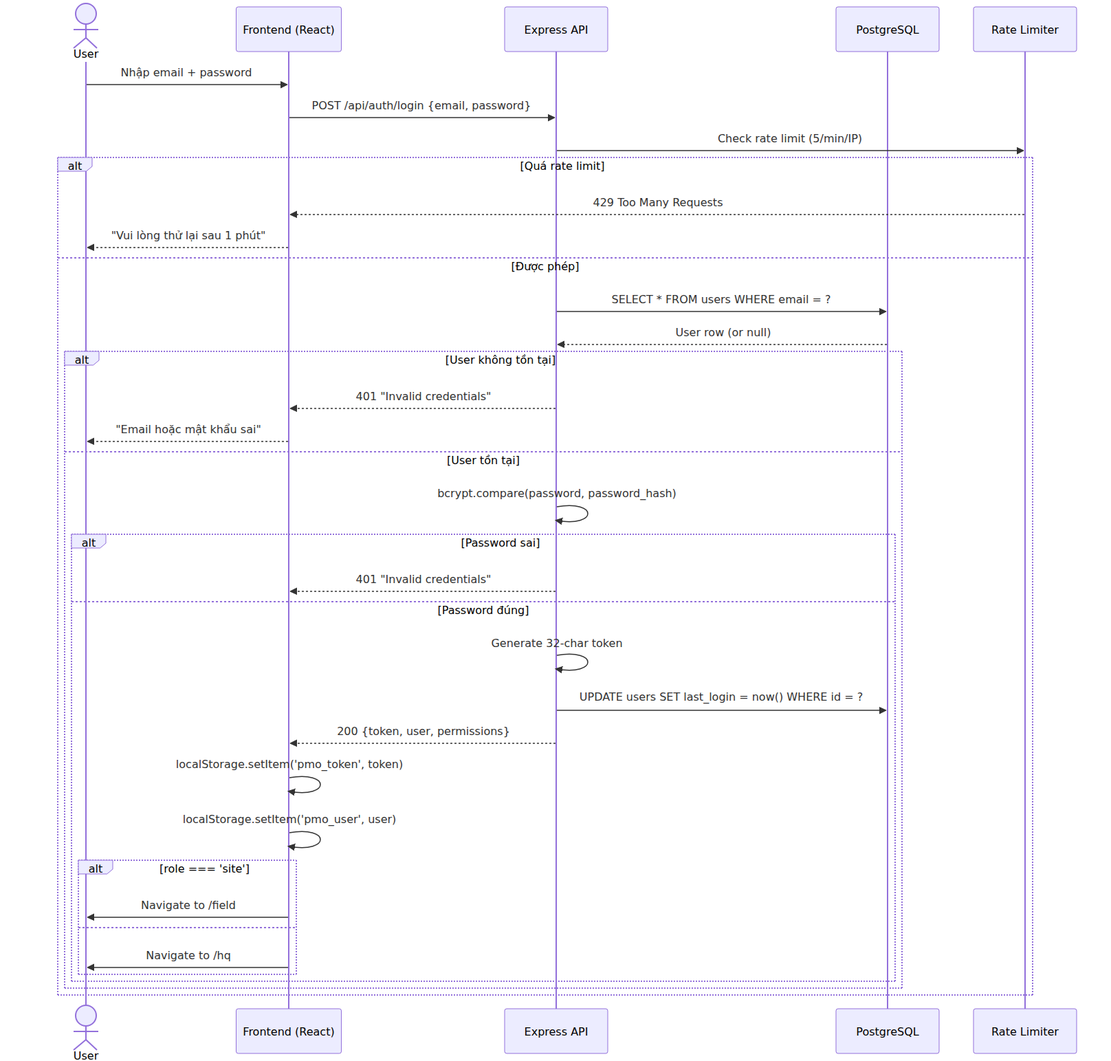
Above: docs/srs/03_sequence_login.png in TungLinhh/pmo-project (Mermaid), before the change. Its source is kept beside it as docs/srs/03_sequence_login.mmd. The source it was exported from:
```mermaid
sequenceDiagram
  actor U as User
  participant FE as Frontend (React)
  participant API as Express API
  participant DB as PostgreSQL
  participant RL as Rate Limiter

  U->>FE: Nhập email + password
  FE->>API: POST /api/auth/login {email, password}
  API->>RL: Check rate limit (5/min/IP)
  alt Quá rate limit
    RL-->>FE: 429 Too Many Requests
    FE-->>U: "Vui lòng thử lại sau 1 phút"
  else Được phép
    API->>DB: SELECT * FROM users WHERE email = ?
    DB-->>API: User row (or null)
    alt User không tồn tại
      API-->>FE: 401 "Invalid credentials"
      FE-->>U: "Email hoặc mật khẩu sai"
    else User tồn tại
      API->>API: bcrypt.compare(password, password_hash)
      alt Password sai
        API-->>FE: 401 "Invalid credentials"
      else Password đúng
        API->>API: Generate 32-char token
        API->>DB: UPDATE users SET last_login = now() WHERE id = ?
        API-->>FE: 200 {token, user, permissions}
        FE->>FE: localStorage.setItem('pmo_token', token)
        FE->>FE: localStorage.setItem('pmo_user', user)
        alt role === 'site'
          FE->>U: Navigate to /field
        else
          FE->>U: Navigate to /hq
        end
      end
    end
  end
```
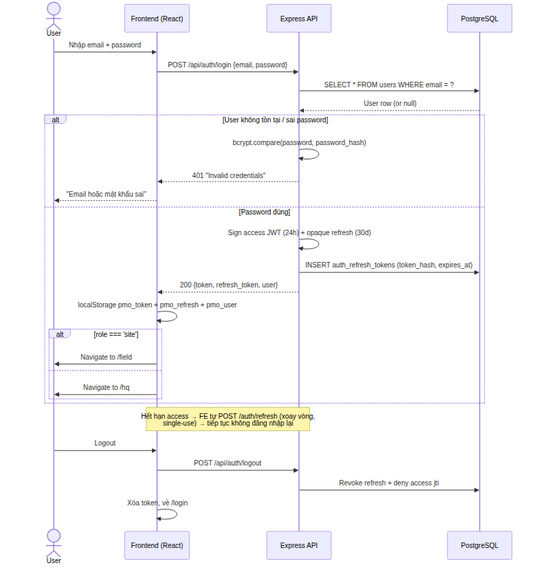
After the commit.

The edit, as a diff of the source:
```diff
@@ -3,35 +3,30 @@
   participant FE as Frontend (React)
   participant API as Express API
   participant DB as PostgreSQL
-  participant RL as Rate Limiter
 
   U->>FE: Nhập email + password
   FE->>API: POST /api/auth/login {email, password}
-  API->>RL: Check rate limit (5/min/IP)
-  alt Quá rate limit
-    RL-->>FE: 429 Too Many Requests
-    FE-->>U: "Vui lòng thử lại sau 1 phút"
-  else Được phép
-    API->>DB: SELECT * FROM users WHERE email = ?
-    DB-->>API: User row (or null)
-    alt User không tồn tại
-      API-->>FE: 401 "Invalid credentials"
-      FE-->>U: "Email hoặc mật khẩu sai"
-    else User tồn tại
-      API->>API: bcrypt.compare(password, password_hash)
-      alt Password sai
-        API-->>FE: 401 "Invalid credentials"
-      else Password đúng
-        API->>API: Generate 32-char token
-        API->>DB: UPDATE users SET last_login = now() WHERE id = ?
-        API-->>FE: 200 {token, user, permissions}
-        FE->>FE: localStorage.setItem('pmo_token', token)
-        FE->>FE: localStorage.setItem('pmo_user', user)
-        alt role === 'site'
-          FE->>U: Navigate to /field
-        else
-          FE->>U: Navigate to /hq
-        end
-      end
+  API->>DB: SELECT * FROM users WHERE email = ?
+  DB-->>API: User row (or null)
+  alt User không tồn tại / sai password
+    API->>API: bcrypt.compare(password, password_hash)
+    API-->>FE: 401 "Invalid credentials"
+    FE-->>U: "Email hoặc mật khẩu sai"
+  else Password đúng
+    API->>API: Sign access JWT (24h) + opaque refresh (30d)
+    API->>DB: INSERT auth_refresh_tokens (token_hash, expires_at)
+    API-->>FE: 200 {token, refresh_token, user}
+    FE->>FE: localStorage pmo_token + pmo_refresh + pmo_user
+    alt role === 'site'
+      FE->>U: Navigate to /field
+    else
+      FE->>U: Navigate to /hq
     end
   end
+
+  note over FE,API: Hết hạn access → FE tự POST /auth/refresh (xoay vòng,<br/>single-use) → tiếp tục không đăng nhập lại
+
+  U->>FE: Logout
+  FE->>API: POST /api/auth/logout
+  API->>DB: Revoke refresh + deny access jti
+  FE->>FE: Xóa token, về /login
```
